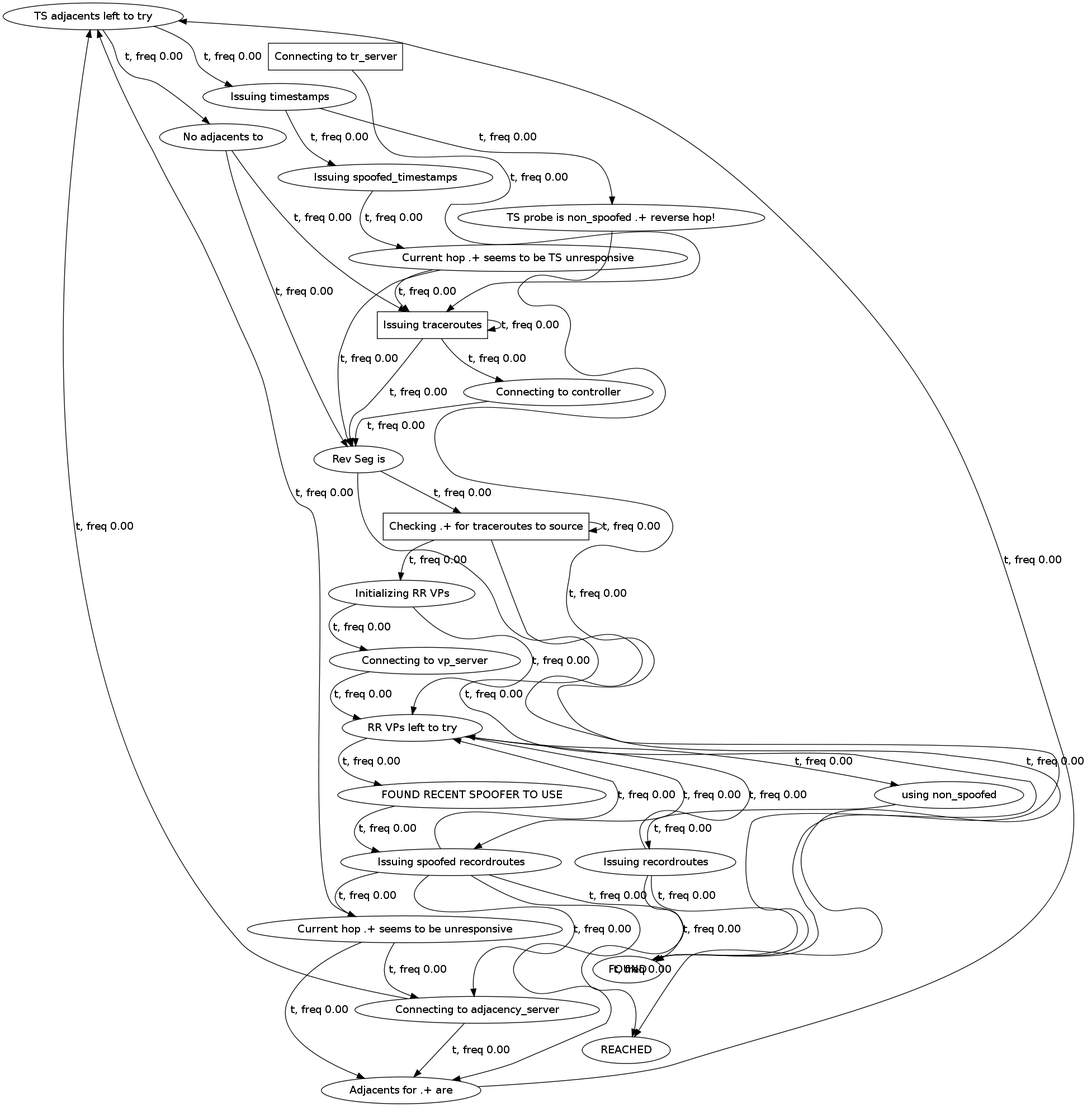
Earlier version of the Graphviz export output/reverseTraceroute/input.dot.png (ModelInference/synoptic). Its source is kept beside it as output/reverseTraceroute/input.dot.
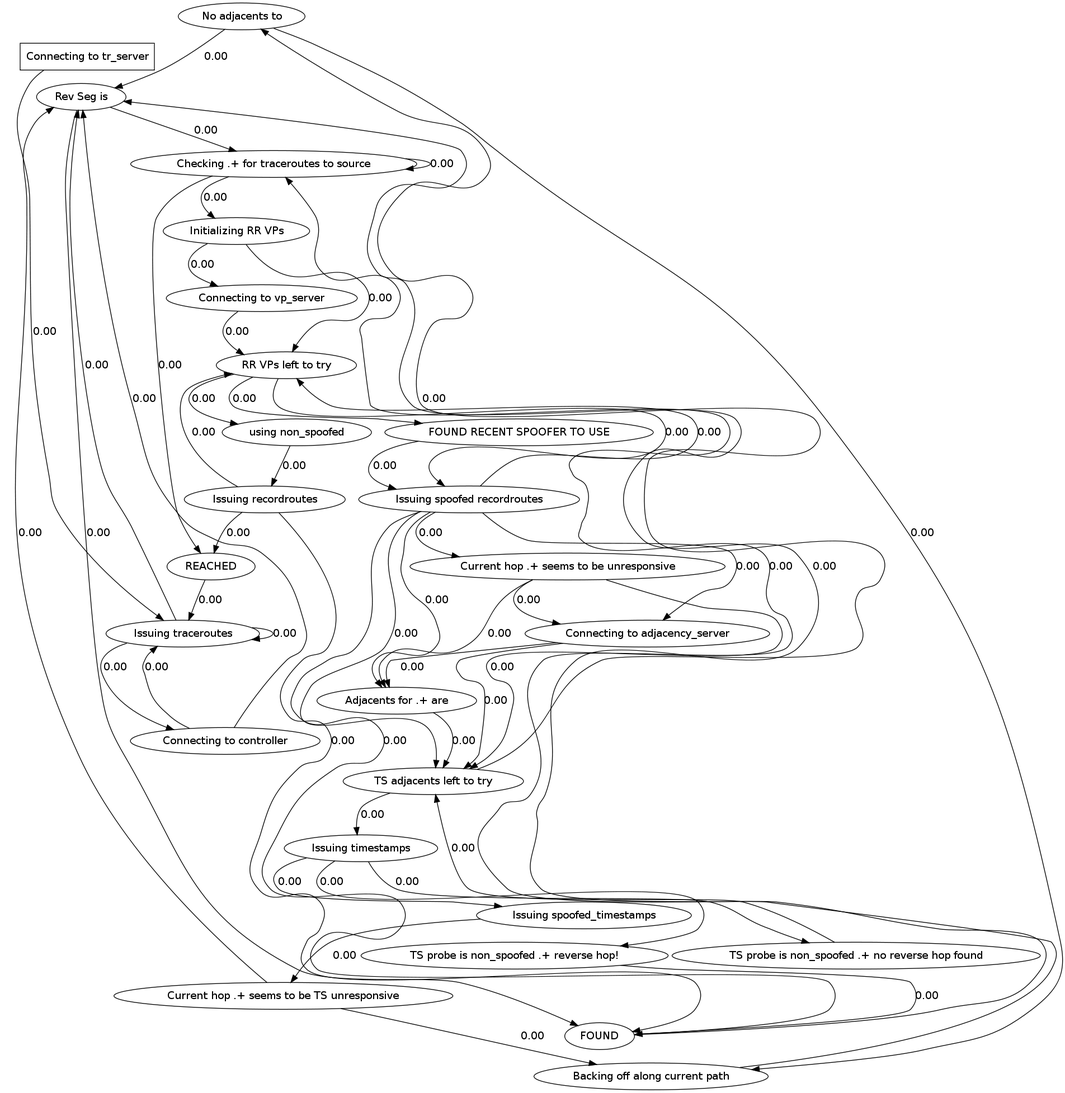
The same diagram one commit later.

Change to the diagram source:
```diff
@@ -1,67 +1,76 @@
 digraph {
-  15202027 [label="TS adjacents left to try"];
-15202027->12919296 [label="t, freq 0.00", weight=0.0];
-15202027->10183200 [label="t, freq 0.00", weight=0.0];
-  25537913 [label="Connecting to vp_server"];
-25537913->21450309 [label="t, freq 0.00", weight=0.0];
-  30149247 [label="Connecting to tr_server",shape=box];
-30149247->6530849 [label="t, freq 0.00", weight=0.0];
-  610720 [label="Issuing spoofed_timestamps"];
-610720->749304 [label="t, freq 0.00", weight=0.0];
-  10656878 [label="Connecting to adjacency_server"];
-10656878->30284778 [label="t, freq 0.00", weight=0.0];
-10656878->15202027 [label="t, freq 0.00", weight=0.0];
-  24854782 [label="FOUND RECENT SPOOFER TO USE"];
-24854782->7446303 [label="t, freq 0.00", weight=0.0];
-  12919296 [label="No adjacents to"];
-12919296->6530849 [label="t, freq 0.00", weight=0.0];
-12919296->31056583 [label="t, freq 0.00", weight=0.0];
-  17365216 [label="Current hop .+ seems to be unresponsive"];
-17365216->30284778 [label="t, freq 0.00", weight=0.0];
-17365216->10656878 [label="t, freq 0.00", weight=0.0];
-17365216->15202027 [label="t, freq 0.00", weight=0.0];
-  30284778 [label="Adjacents for .+ are"];
-30284778->15202027 [label="t, freq 0.00", weight=0.0];
-  2326550 [label="Issuing recordroutes"];
-2326550->21450309 [label="t, freq 0.00", weight=0.0];
-2326550->25670279 [label="t, freq 0.00", weight=0.0];
-2326550->3829340 [label="t, freq 0.00", weight=0.0];
-  17030800 [label="Connecting to controller"];
-17030800->31056583 [label="t, freq 0.00", weight=0.0];
-  6530849 [label="Issuing traceroutes",shape=box];
-6530849->31056583 [label="t, freq 0.00", weight=0.0];
-6530849->17030800 [label="t, freq 0.00", weight=0.0];
-6530849->6530849 [label="t, freq 0.00", weight=0.0];
-  31056583 [label="Rev Seg is"];
-31056583->20978984 [label="t, freq 0.00", weight=0.0];
-31056583->25670279 [label="t, freq 0.00", weight=0.0];
-  10183200 [label="Issuing timestamps"];
-10183200->610720 [label="t, freq 0.00", weight=0.0];
-10183200->3885854 [label="t, freq 0.00", weight=0.0];
-  7446303 [label="Issuing spoofed recordroutes"];
-7446303->25670279 [label="t, freq 0.00", weight=0.0];
-7446303->21450309 [label="t, freq 0.00", weight=0.0];
-7446303->10656878 [label="t, freq 0.00", weight=0.0];
-7446303->17365216 [label="t, freq 0.00", weight=0.0];
-7446303->30284778 [label="t, freq 0.00", weight=0.0];
-  3885854 [label="TS probe is non_spoofed .+ reverse hop!"];
-3885854->25670279 [label="t, freq 0.00", weight=0.0];
-  21450309 [label="RR VPs left to try"];
-21450309->28814882 [label="t, freq 0.00", weight=0.0];
-21450309->7446303 [label="t, freq 0.00", weight=0.0];
-21450309->24854782 [label="t, freq 0.00", weight=0.0];
-  749304 [label="Current hop .+ seems to be TS unresponsive"];
-749304->31056583 [label="t, freq 0.00", weight=0.0];
-749304->6530849 [label="t, freq 0.00", weight=0.0];
-  11421254 [label="Initializing RR VPs"];
-11421254->21450309 [label="t, freq 0.00", weight=0.0];
-11421254->25537913 [label="t, freq 0.00", weight=0.0];
-  20978984 [label="Checking .+ for traceroutes to source",shape=box];
-20978984->11421254 [label="t, freq 0.00", weight=0.0];
-20978984->3829340 [label="t, freq 0.00", weight=0.0];
-20978984->20978984 [label="t, freq 0.00", weight=0.0];
-  3829340 [label="REACHED"];
-  28814882 [label="using non_spoofed"];
-28814882->2326550 [label="t, freq 0.00", weight=0.0];
-  25670279 [label="FOUND"];
+  3880791 [label="No adjacents to"];
+3880791->10623141 [label="0.00", weight="0.00"];
+3880791->14536088 [label="0.00", weight="0.00"];
+  10623141 [label="Rev Seg is"];
+10623141->2314373 [label="0.00", weight="0.00"];
+10623141->81368 [label="0.00", weight="0.00"];
+  5854240 [label="FOUND RECENT SPOOFER TO USE"];
+5854240->31266642 [label="0.00", weight="0.00"];
+  25383887 [label="using non_spoofed"];
+25383887->8082967 [label="0.00", weight="0.00"];
+  411133 [label="Current hop .+ seems to be unresponsive"];
+411133->15956578 [label="0.00", weight="0.00"];
+411133->9171948 [label="0.00", weight="0.00"];
+411133->15587806 [label="0.00", weight="0.00"];
+  24815969 [label="Connecting to tr_server",shape=box];
+24815969->22089110 [label="0.00", weight="0.00"];
+  14536088 [label="Backing off along current path"];
+14536088->10623141 [label="0.00", weight="0.00"];
+  15587806 [label="TS adjacents left to try"];
+15587806->3880791 [label="0.00", weight="0.00"];
+15587806->11373492 [label="0.00", weight="0.00"];
+  31768270 [label="Issuing spoofed_timestamps"];
+31768270->4435274 [label="0.00", weight="0.00"];
+  9171948 [label="Connecting to adjacency_server"];
+9171948->15956578 [label="0.00", weight="0.00"];
+9171948->15587806 [label="0.00", weight="0.00"];
+  19256680 [label="TS probe is non_spoofed .+ reverse hop!"];
+19256680->81368 [label="0.00", weight="0.00"];
+  8082967 [label="Issuing recordroutes"];
+8082967->28243864 [label="0.00", weight="0.00"];
+8082967->12116 [label="0.00", weight="0.00"];
+8082967->81368 [label="0.00", weight="0.00"];
+  11202659 [label="TS probe is non_spoofed .+ no reverse hop found"];
+11202659->15587806 [label="0.00", weight="0.00"];
+  28243864 [label="RR VPs left to try"];
+28243864->31266642 [label="0.00", weight="0.00"];
+28243864->25383887 [label="0.00", weight="0.00"];
+28243864->5854240 [label="0.00", weight="0.00"];
+  31266642 [label="Issuing spoofed recordroutes"];
+31266642->28243864 [label="0.00", weight="0.00"];
+31266642->81368 [label="0.00", weight="0.00"];
+31266642->411133 [label="0.00", weight="0.00"];
+31266642->9171948 [label="0.00", weight="0.00"];
+31266642->15587806 [label="0.00", weight="0.00"];
+31266642->15956578 [label="0.00", weight="0.00"];
+  15956578 [label="Adjacents for .+ are"];
+15956578->15587806 [label="0.00", weight="0.00"];
+  22089110 [label="Issuing traceroutes"];
+22089110->10623141 [label="0.00", weight="0.00"];
+22089110->22089110 [label="0.00", weight="0.00"];
+22089110->14085672 [label="0.00", weight="0.00"];
+  81368 [label="FOUND"];
+81368->2314373 [label="0.00", weight="0.00"];
+  5439183 [label="Initializing RR VPs"];
+5439183->28243864 [label="0.00", weight="0.00"];
+5439183->15199945 [label="0.00", weight="0.00"];
+  4435274 [label="Current hop .+ seems to be TS unresponsive"];
+4435274->10623141 [label="0.00", weight="0.00"];
+4435274->14536088 [label="0.00", weight="0.00"];
+  11373492 [label="Issuing timestamps"];
+11373492->31768270 [label="0.00", weight="0.00"];
+11373492->11202659 [label="0.00", weight="0.00"];
+11373492->19256680 [label="0.00", weight="0.00"];
+  15199945 [label="Connecting to vp_server"];
+15199945->28243864 [label="0.00", weight="0.00"];
+  14085672 [label="Connecting to controller"];
+14085672->10623141 [label="0.00", weight="0.00"];
+14085672->22089110 [label="0.00", weight="0.00"];
+  2314373 [label="Checking .+ for traceroutes to source"];
+2314373->5439183 [label="0.00", weight="0.00"];
+2314373->2314373 [label="0.00", weight="0.00"];
+2314373->12116 [label="0.00", weight="0.00"];
+  12116 [label="REACHED"];
+12116->22089110 [label="0.00", weight="0.00"];
 } // digraph
```
